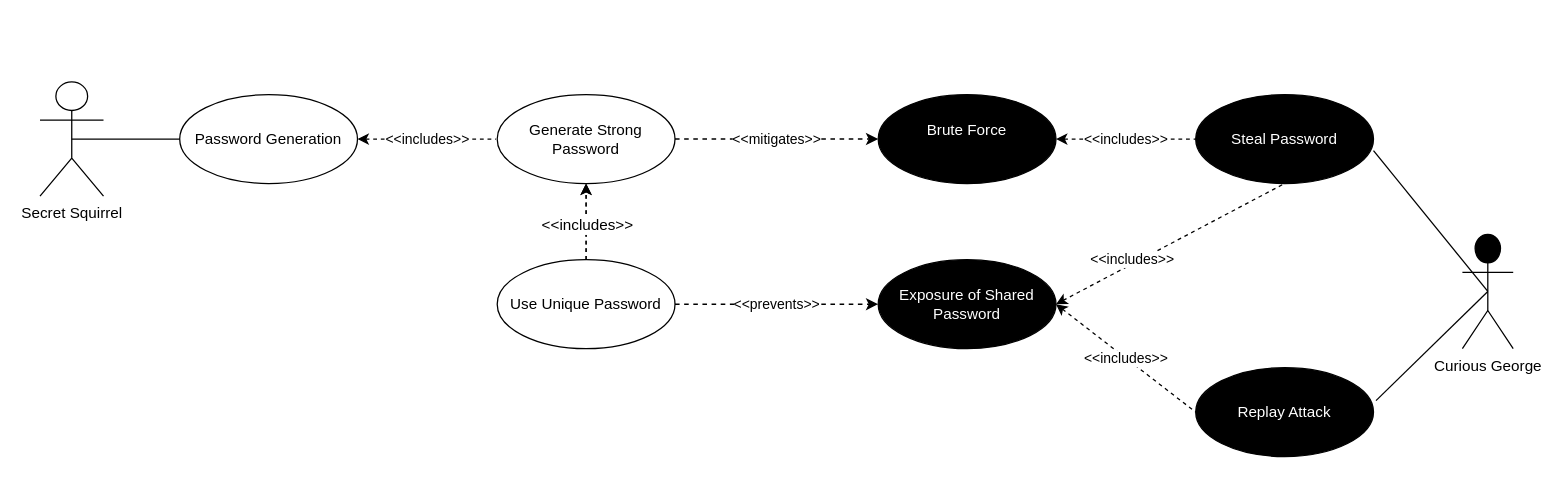
Before: page "Passwords" (4 of 5) of Images/Use Cases.drawio in sdfrench/CYBR8420-GotRoot, a draw.io diagram. Source tidied: cells renumbered, new cells numbered last; positions are measured from the earlier drawing's top-left corner, leaving out a move shared by most shapes. Both pictures are drawn from the tidied source at 127%, with x=0, y=0 at pixel (39, 81).
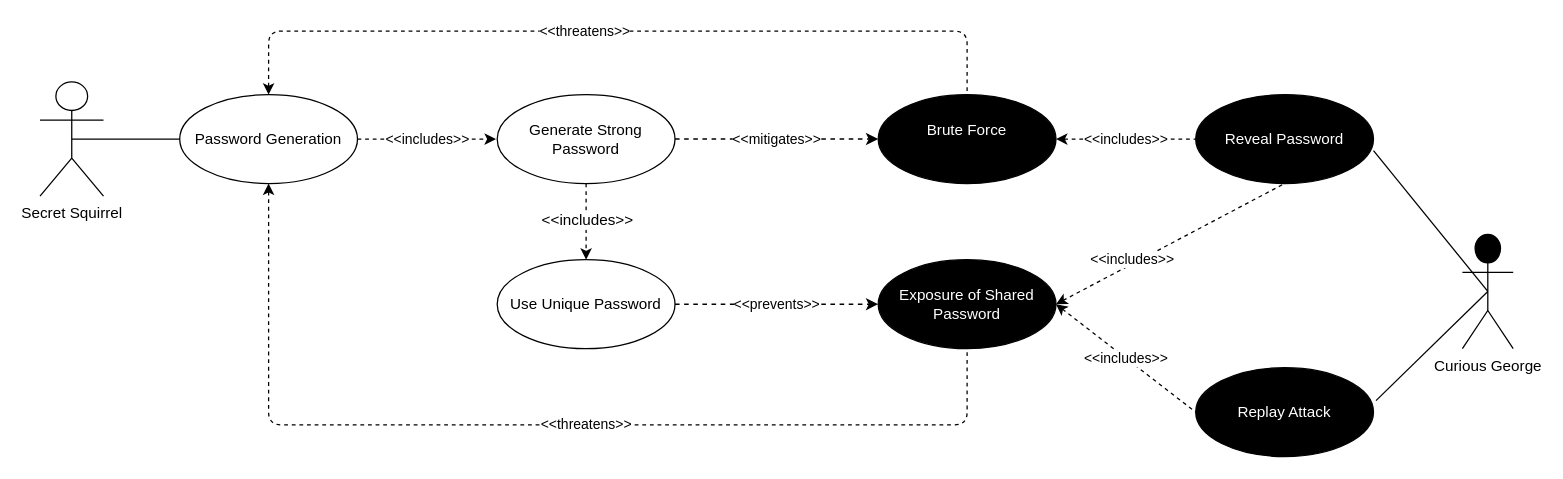
The same diagram, later.

The change refers to these unchanged cells:
```xml
<mxCell id="2" value="Password Generation" style="ellipse;whiteSpace=wrap;html=1;" parent="1" vertex="1">
  <mxGeometry x="110" y="10" width="140" height="70" as="geometry" />
</mxCell>
<mxCell id="7" value="Generate Strong Password" style="ellipse;whiteSpace=wrap;html=1;" parent="1" vertex="1">
  <mxGeometry x="360" y="10" width="140" height="70" as="geometry" />
</mxCell>
<mxCell id="11" value="Use Unique Password" style="ellipse;whiteSpace=wrap;html=1;" parent="1" vertex="1">
  <mxGeometry x="360" y="140" width="140" height="70" as="geometry" />
</mxCell>
<mxCell id="12" value="&lt;div&gt;Brute Force&lt;/div&gt;&lt;div&gt;&lt;br&gt;&lt;/div&gt;" style="ellipse;whiteSpace=wrap;html=1;fillColor=#000000;fontColor=#FFFFFF;" parent="1" vertex="1">
  <mxGeometry x="660" y="10" width="140" height="70" as="geometry" />
</mxCell>
<mxCell id="20" value="Exposure of Shared Password" style="ellipse;whiteSpace=wrap;html=1;fillColor=#000000;fontColor=#FFFFFF;" parent="1" vertex="1">
  <mxGeometry x="660" y="140" width="140" height="70" as="geometry" />
</mxCell>
```

Change to the diagram source:
```diff
@@
-    <mxCell id="6" value="&amp;lt;&amp;lt;includes&amp;gt;&amp;gt;" style="edgeStyle=none;rounded=1;jettySize=auto;html=1;dashed=1;startArrow=classic;startFill=1;endArrow=none;endFill=0;fontColor=#000000;exitX=1;exitY=0.5;exitDx=0;exitDy=0;" parent="1" edge="1" source="2">
+    <mxCell id="6" value="&amp;lt;&amp;lt;includes&amp;gt;&amp;gt;" style="edgeStyle=none;rounded=1;jettySize=auto;html=1;dashed=1;startArrow=none;startFill=0;endArrow=classic;endFill=1;fontColor=#000000;exitX=1;exitY=0.5;exitDx=0;exitDy=0;" parent="1" edge="1" source="2">
       <mxGeometry relative="1" as="geometry">
         <mxPoint x="359" y="45" as="targetPoint" />
       </mxGeometry>
     </mxCell>
@@
-    <mxCell id="8" style="edgeStyle=none;rounded=1;jettySize=auto;html=1;dashed=1;startArrow=none;startFill=0;endArrow=classic;endFill=1;fontColor=#000000;" parent="1" edge="1" source="11" target="7">
-      <mxGeometry relative="1" as="geometry" />
-    </mxCell>
-    <mxCell id="9" style="edgeStyle=none;rounded=1;jettySize=auto;html=1;dashed=1;startArrow=none;startFill=0;endArrow=classic;endFill=1;fontColor=#000000;" parent="1" edge="1" source="11" target="7">
+    <mxCell id="9" style="edgeStyle=none;rounded=1;jettySize=auto;html=1;dashed=1;startArrow=none;startFill=0;endArrow=classic;endFill=1;fontColor=#000000;exitX=0.5;exitY=1;exitDx=0;exitDy=0;entryX=0.5;entryY=0;entryDx=0;entryDy=0;" parent="1" edge="1" source="7" target="11">
       <mxGeometry relative="1" as="geometry" />
     </mxCell>
@@
-    <mxCell id="13" value="Steal Password" style="ellipse;whiteSpace=wrap;html=1;fillColor=#000000;fontColor=#FFFFFF;" parent="1" vertex="1">
+    <mxCell id="13" value="Reveal Password" style="ellipse;whiteSpace=wrap;html=1;fillColor=#000000;fontColor=#FFFFFF;" parent="1" vertex="1">
       <mxGeometry x="910" y="10" width="140" height="70" as="geometry" />
     </mxCell>
@@
+    <mxCell id="23" value="&amp;lt;&amp;lt;threatens&amp;gt;&amp;gt;" style="edgeStyle=orthogonalEdgeStyle;rounded=1;jettySize=auto;html=1;dashed=1;startArrow=classic;startFill=1;endArrow=none;endFill=0;fontColor=#000000;entryX=0.5;entryY=0;entryDx=0;entryDy=0;exitX=0.5;exitY=0;exitDx=0;exitDy=0;" parent="1" edge="1" source="2" target="12">
+      <mxGeometry x="-0.08" relative="1" as="geometry">
+        <Array as="points">
+          <mxPoint x="180" y="-40" />
+          <mxPoint x="730" y="-40" />
+        </Array>
+      </mxGeometry>
+    </mxCell>
+    <mxCell id="24" value="&amp;lt;&amp;lt;threatens&amp;gt;&amp;gt;" style="edgeStyle=orthogonalEdgeStyle;rounded=1;jettySize=auto;html=1;dashed=1;startArrow=classic;startFill=1;endArrow=none;endFill=0;fontColor=#000000;entryX=0.5;entryY=1;entryDx=0;entryDy=0;exitX=0.5;exitY=1;exitDx=0;exitDy=0;" parent="1" edge="1" source="2" target="20">
+      <mxGeometry x="0.1" relative="1" as="geometry">
+        <Array as="points">
+          <mxPoint x="180" y="270" />
+          <mxPoint x="730" y="270" />
+        </Array>
+      </mxGeometry>
+    </mxCell>
```
